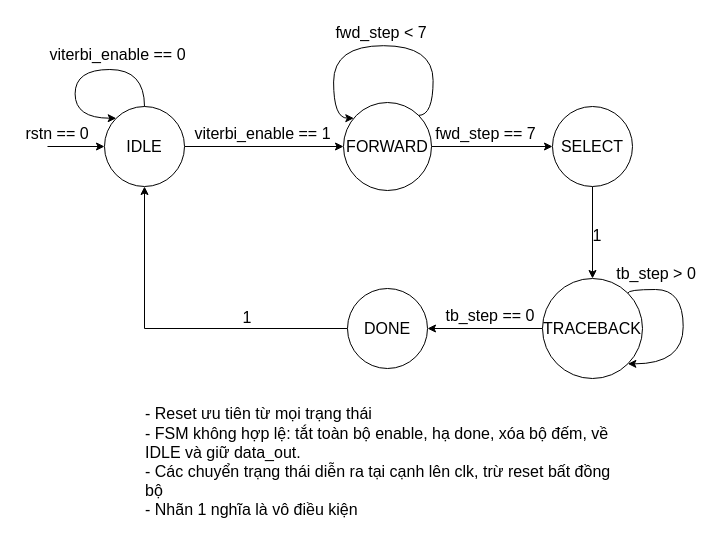
Earlier version of the draw.io diagram page "FSM" (5 of 16) of docs/Viterbi_decoder.drawio (nvh1811/viterbi_decoder). Source tidied: cells renumbered, new cells numbered last; positions are measured from the earlier drawing's top-left corner, leaving out a move shared by most shapes. Both pictures are drawn from the tidied source at 100%, with x=0, y=0 at pixel (17, 17).
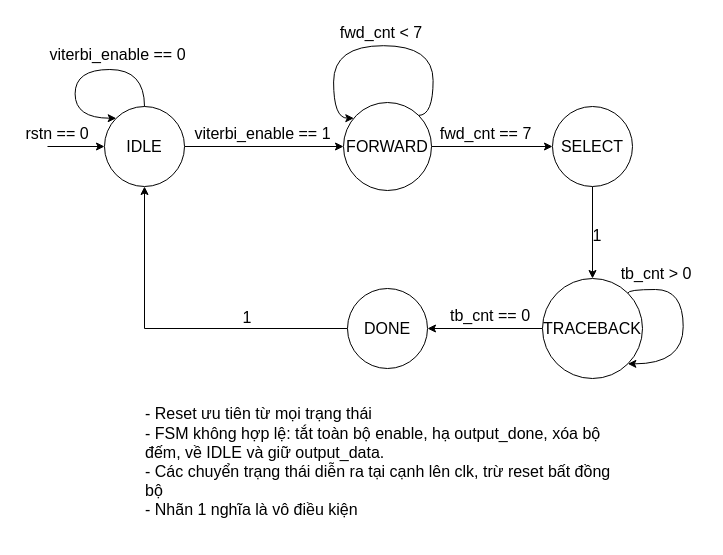
Above is the later version.

Diff of the diagram source:
```diff
@@
-    <mxCell id="14" value="fwd_step == 7" style="text;html=1;whiteSpace=wrap;strokeColor=none;fillColor=none;align=center;verticalAlign=middle;rounded=0;fontSize=16;" parent="1" vertex="1">
+    <mxCell id="14" value="fwd_cnt == 7" style="text;html=1;whiteSpace=wrap;strokeColor=none;fillColor=none;align=center;verticalAlign=middle;rounded=0;fontSize=16;" parent="1" vertex="1">
       <mxGeometry x="414" y="101" width="109" height="30" as="geometry" />
     </mxCell>
@@
-    <mxCell id="16" value="fwd_step &amp;lt; 7" style="text;html=1;whiteSpace=wrap;strokeColor=none;fillColor=none;align=center;verticalAlign=middle;rounded=0;fontSize=16;" parent="1" vertex="1">
+    <mxCell id="16" value="fwd_cnt &amp;lt; 7" style="text;html=1;whiteSpace=wrap;strokeColor=none;fillColor=none;align=center;verticalAlign=middle;rounded=0;fontSize=16;" parent="1" vertex="1">
       <mxGeometry x="314" width="100" height="30" as="geometry" />
     </mxCell>
@@
-    <mxCell id="18" value="tb_step == 0" style="text;html=1;whiteSpace=wrap;strokeColor=none;fillColor=none;align=center;verticalAlign=middle;rounded=0;fontSize=16;" parent="1" vertex="1">
+    <mxCell id="18" value="tb_cnt == 0" style="text;html=1;whiteSpace=wrap;strokeColor=none;fillColor=none;align=center;verticalAlign=middle;rounded=0;fontSize=16;" parent="1" vertex="1">
       <mxGeometry x="423" y="283" width="100" height="30" as="geometry" />
     </mxCell>
@@
-    <mxCell id="20" value="tb_step &amp;gt; 0" style="text;html=1;whiteSpace=wrap;strokeColor=none;fillColor=none;align=center;verticalAlign=middle;rounded=0;fontSize=16;" parent="1" vertex="1">
+    <mxCell id="20" value="tb_cnt &amp;gt; 0" style="text;html=1;whiteSpace=wrap;strokeColor=none;fillColor=none;align=center;verticalAlign=middle;rounded=0;fontSize=16;" parent="1" vertex="1">
       <mxGeometry x="589" y="241" width="100" height="30" as="geometry" />
     </mxCell>
@@
-    <mxCell id="24" value="- Reset ưu tiên từ mọi trạng thái&lt;div&gt;&lt;span style=&quot;background-color: transparent; color: light-dark(#000000, var(--ge-light-color, #ffffff));&quot;&gt;- FSM không hợp lệ:&amp;nbsp;tắt toàn bộ enable, hạ done, xóa bộ đếm, về IDLE và giữ data_out.&lt;/span&gt;&lt;/div&gt;&lt;div&gt;&lt;span style=&quot;background-color: transparent; color: light-dark(#000000, var(--ge-light-color, #ffffff));&quot;&gt;- Các chuyển trạng thái diễn ra tại cạnh lên clk, trừ reset bất đồng bộ&lt;/span&gt;&lt;/div&gt;&lt;div&gt;- Nhãn 1 nghĩa là vô điều kiện&lt;span style=&quot;background-color: transparent; color: light-dark(#000000, var(--ge-light-color, #ffffff));&quot;&gt;&lt;/span&gt;&lt;/div&gt;&lt;div&gt;&lt;span style=&quot;background-color: transparent; color: light-dark(#000000, var(--ge-light-color, #ffffff));&quot;&gt;&lt;br&gt;&lt;/span&gt;&lt;/div&gt;" style="text;html=1;whiteSpace=wrap;strokeColor=none;fillColor=none;align=left;verticalAlign=middle;rounded=0;fontStyle=0;fontSize=16;" parent="1" vertex="1">
+    <mxCell id="24" value="- Reset ưu tiên từ mọi trạng thái&lt;div&gt;&lt;span style=&quot;background-color: transparent; color: light-dark(#000000, var(--ge-light-color, #ffffff));&quot;&gt;- FSM không hợp lệ:&amp;nbsp;tắt toàn bộ enable, hạ output_done, xóa bộ đếm, về IDLE và giữ output_data.&lt;/span&gt;&lt;/div&gt;&lt;div&gt;&lt;span style=&quot;background-color: transparent; color: light-dark(#000000, var(--ge-light-color, #ffffff));&quot;&gt;- Các chuyển trạng thái diễn ra tại cạnh lên clk, trừ reset bất đồng bộ&lt;/span&gt;&lt;/div&gt;&lt;div&gt;- Nhãn 1 nghĩa là vô điều kiện&lt;span style=&quot;background-color: transparent; color: light-dark(#000000, var(--ge-light-color, #ffffff));&quot;&gt;&lt;/span&gt;&lt;/div&gt;&lt;div&gt;&lt;span style=&quot;background-color: transparent; color: light-dark(#000000, var(--ge-light-color, #ffffff));&quot;&gt;&lt;br&gt;&lt;/span&gt;&lt;/div&gt;" style="text;html=1;whiteSpace=wrap;strokeColor=none;fillColor=none;align=left;verticalAlign=middle;rounded=0;fontStyle=0;fontSize=16;" parent="1" vertex="1">
       <mxGeometry x="126" y="414" width="488" height="80" as="geometry" />
     </mxCell>
```
